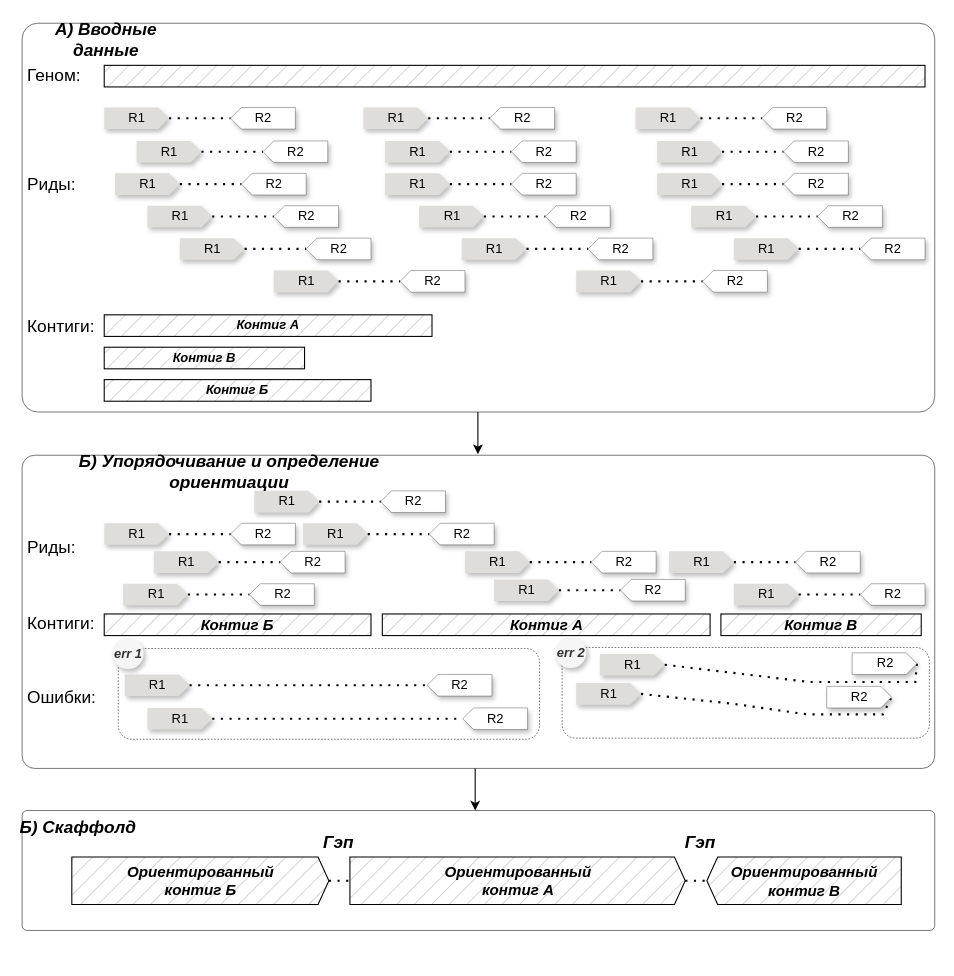
The draw.io diagram scaffolding.drawio in NikolaiL-dev/pictures.drawio, before the edit. Source tidied: cells renumbered, new cells numbered last; positions are measured from the earlier drawing's top-left corner, leaving out a move shared by most shapes. Both pictures are drawn from the tidied source at 108%, with x=0, y=0 at pixel (18, 23).
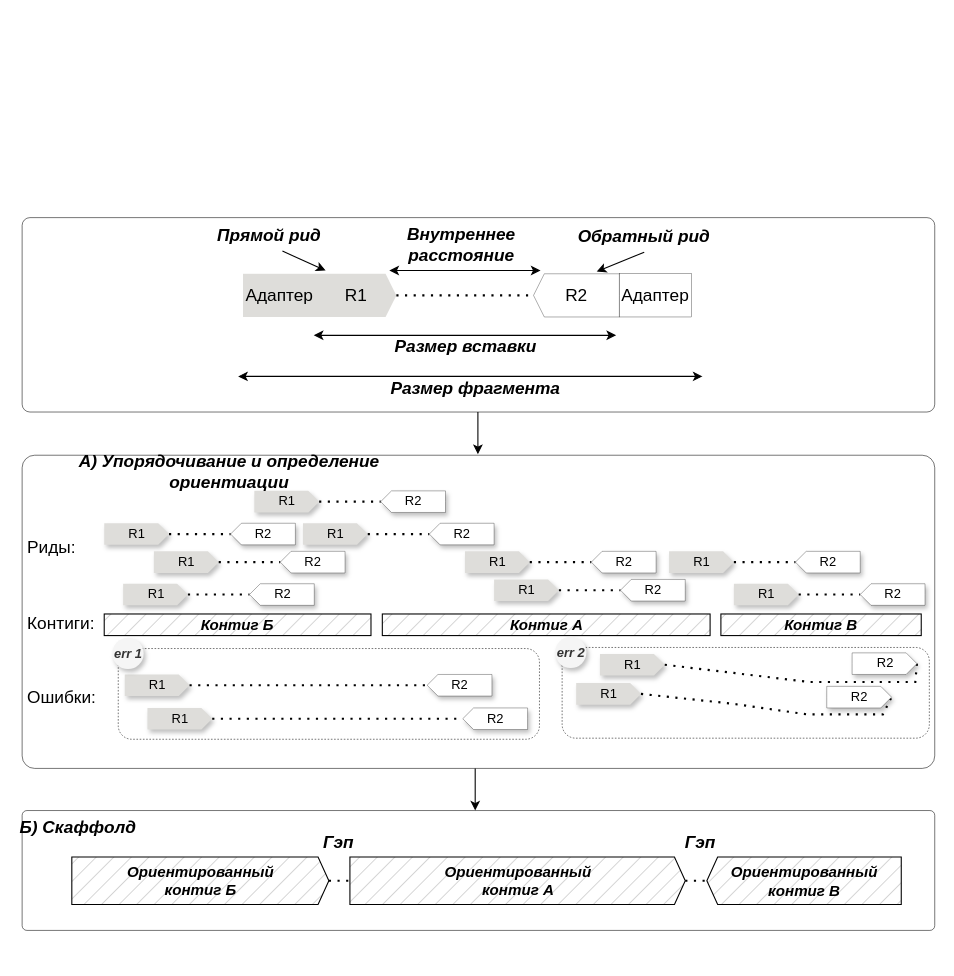
Above is the later version.

Change to the diagram source:
```diff
@@
+    <mxCell id="3" style="rounded=1;whiteSpace=wrap;html=1;fillColor=none;strokeWidth=0.5;arcSize=4;" parent="1" vertex="1">
+      <mxGeometry x="3" y="180" width="845" height="180" as="geometry" />
+    </mxCell>
+    <mxCell id="125" value="&lt;font style=&quot;font-size: 16px;&quot;&gt;Адаптер&lt;/font&gt;" style="rounded=0;whiteSpace=wrap;html=1;strokeWidth=0.3;shadow=0;fillStyle=hatch;fillColor=none;" parent="1" vertex="1">
+      <mxGeometry x="556" y="232" width="67" height="40" as="geometry" />
+    </mxCell>
@@
-    <mxCell id="3" style="rounded=1;whiteSpace=wrap;html=1;fillColor=none;strokeWidth=0.5;arcSize=4;" parent="1" vertex="1">
-      <mxGeometry x="3" width="845" height="360" as="geometry" />
-    </mxCell>
@@
-    <mxCell id="6" style="rounded=0;whiteSpace=wrap;html=1;strokeColor=default;gradientColor=none;gradientDirection=north;fillStyle=hatch;fillColor=#CCCCCC;" parent="1" vertex="1">
-      <mxGeometry x="79" y="39" width="760" height="20" as="geometry" />
-    </mxCell>
-    <mxCell id="7" value="R1" style="html=1;shadow=1;dashed=0;align=center;verticalAlign=middle;shape=mxgraph.arrows2.arrow;dy=0;dx=10;notch=0;fillColor=#deddda;strokeColor=none;" parent="1" vertex="1">
-      <mxGeometry x="79" y="78" width="60" height="20" as="geometry" />
-    </mxCell>
-    <mxCell id="8" style="endArrow=none;dashed=1;html=1;dashPattern=1 3;strokeWidth=2;rounded=0;exitX=1;exitY=0.5;exitDx=0;exitDy=0;exitPerimeter=0;entryX=1;entryY=0.5;entryDx=0;entryDy=0;entryPerimeter=0;" parent="1" edge="1" source="7" target="9">
-      <mxGeometry relative="1" as="geometry" />
-    </mxCell>
-    <mxCell id="9" value="R2" style="html=1;shadow=1;dashed=0;align=center;verticalAlign=middle;shape=mxgraph.arrows2.arrow;dy=0;dx=10;notch=0;rotation=0;direction=west;strokeColor=default;strokeWidth=0.3;" parent="1" vertex="1">
-      <mxGeometry x="196" y="78" width="60" height="20" as="geometry" />
-    </mxCell>
-    <mxCell id="10" value="R1" style="html=1;shadow=1;dashed=0;align=center;verticalAlign=middle;shape=mxgraph.arrows2.arrow;dy=0;dx=10;notch=0;fillColor=#deddda;strokeColor=none;" parent="1" vertex="1">
-      <mxGeometry x="109" y="109" width="60" height="20" as="geometry" />
-    </mxCell>
-    <mxCell id="11" style="endArrow=none;dashed=1;html=1;dashPattern=1 3;strokeWidth=2;rounded=0;exitX=1;exitY=0.5;exitDx=0;exitDy=0;exitPerimeter=0;entryX=1;entryY=0.5;entryDx=0;entryDy=0;entryPerimeter=0;" parent="1" edge="1" source="10" target="12">
-      <mxGeometry relative="1" as="geometry" />
-    </mxCell>
-    <mxCell id="12" value="R2" style="html=1;shadow=1;dashed=0;align=center;verticalAlign=middle;shape=mxgraph.arrows2.arrow;dy=0;dx=10;notch=0;rotation=0;direction=west;strokeColor=default;strokeWidth=0.3;" parent="1" vertex="1">
-      <mxGeometry x="226" y="109" width="60" height="20" as="geometry" />
-    </mxCell>
-    <mxCell id="13" value="R1" style="html=1;shadow=1;dashed=0;align=center;verticalAlign=middle;shape=mxgraph.arrows2.arrow;dy=0;dx=10;notch=0;fillColor=#deddda;strokeColor=none;" parent="1" vertex="1">
-      <mxGeometry x="89" y="139" width="60" height="20" as="geometry" />
-    </mxCell>
-    <mxCell id="14" style="endArrow=none;dashed=1;html=1;dashPattern=1 3;strokeWidth=2;rounded=0;exitX=1;exitY=0.5;exitDx=0;exitDy=0;exitPerimeter=0;entryX=1;entryY=0.5;entryDx=0;entryDy=0;entryPerimeter=0;" parent="1" edge="1" source="13" target="15">
-      <mxGeometry relative="1" as="geometry" />
-    </mxCell>
-    <mxCell id="15" value="R2" style="html=1;shadow=1;dashed=0;align=center;verticalAlign=middle;shape=mxgraph.arrows2.arrow;dy=0;dx=10;notch=0;rotation=0;direction=west;strokeColor=default;strokeWidth=0.3;" parent="1" vertex="1">
-      <mxGeometry x="206" y="139" width="60" height="20" as="geometry" />
-    </mxCell>
-    <mxCell id="16" value="R1" style="html=1;shadow=1;dashed=0;align=center;verticalAlign=middle;shape=mxgraph.arrows2.arrow;dy=0;dx=10;notch=0;fillColor=#deddda;strokeColor=none;" parent="1" vertex="1">
-      <mxGeometry x="119" y="169" width="60" height="20" as="geometry" />
-    </mxCell>
-    <mxCell id="17" style="endArrow=none;dashed=1;html=1;dashPattern=1 3;strokeWidth=2;rounded=0;exitX=1;exitY=0.5;exitDx=0;exitDy=0;exitPerimeter=0;entryX=1;entryY=0.5;entryDx=0;entryDy=0;entryPerimeter=0;" parent="1" edge="1" source="16" target="18">
-      <mxGeometry relative="1" as="geometry" />
-    </mxCell>
-    <mxCell id="18" value="R2" style="html=1;shadow=1;dashed=0;align=center;verticalAlign=middle;shape=mxgraph.arrows2.arrow;dy=0;dx=10;notch=0;rotation=0;direction=west;strokeColor=default;strokeWidth=0.3;" parent="1" vertex="1">
-      <mxGeometry x="236" y="169" width="60" height="20" as="geometry" />
-    </mxCell>
-    <mxCell id="19" value="R1" style="html=1;shadow=1;dashed=0;align=center;verticalAlign=middle;shape=mxgraph.arrows2.arrow;dy=0;dx=10;notch=0;fillColor=#deddda;strokeColor=none;" parent="1" vertex="1">
-      <mxGeometry x="149" y="199" width="60" height="20" as="geometry" />
-    </mxCell>
-    <mxCell id="20" style="endArrow=none;dashed=1;html=1;dashPattern=1 3;strokeWidth=2;rounded=0;exitX=1;exitY=0.5;exitDx=0;exitDy=0;exitPerimeter=0;entryX=1;entryY=0.5;entryDx=0;entryDy=0;entryPerimeter=0;" parent="1" edge="1" source="19" target="21">
-      <mxGeometry relative="1" as="geometry" />
-    </mxCell>
-    <mxCell id="21" value="R2" style="html=1;shadow=1;dashed=0;align=center;verticalAlign=middle;shape=mxgraph.arrows2.arrow;dy=0;dx=10;notch=0;rotation=0;direction=west;strokeColor=default;strokeWidth=0.3;" parent="1" vertex="1">
-      <mxGeometry x="266" y="199" width="60" height="20" as="geometry" />
-    </mxCell>
-    <mxCell id="22" value="R1" style="html=1;shadow=1;dashed=0;align=center;verticalAlign=middle;shape=mxgraph.arrows2.arrow;dy=0;dx=10;notch=0;fillColor=#deddda;strokeColor=none;" parent="1" vertex="1">
-      <mxGeometry x="236" y="229" width="60" height="20" as="geometry" />
+    <mxCell id="22" value="&lt;font style=&quot;font-size: 16px;&quot;&gt;R1&lt;/font&gt;" style="html=1;shadow=0;dashed=0;align=center;verticalAlign=middle;shape=mxgraph.arrows2.arrow;dy=0;dx=10;notch=0;fillColor=#deddda;strokeColor=none;" parent="1" vertex="1">
+      <mxGeometry x="274" y="232" width="75.5" height="40" as="geometry" />
     </mxCell>
@@
-    <mxCell id="24" value="R2" style="html=1;shadow=1;dashed=0;align=center;verticalAlign=middle;shape=mxgraph.arrows2.arrow;dy=0;dx=10;notch=0;rotation=0;direction=west;strokeColor=default;strokeWidth=0.3;" parent="1" vertex="1">
-      <mxGeometry x="353" y="229" width="60" height="20" as="geometry" />
+    <mxCell id="24" value="&lt;font style=&quot;font-size: 16px;&quot;&gt;R2&lt;/font&gt;" style="html=1;shadow=0;dashed=0;align=center;verticalAlign=middle;shape=mxgraph.arrows2.arrow;dy=0;dx=10;notch=0;rotation=0;direction=west;strokeColor=default;strokeWidth=0.3;" parent="1" vertex="1">
+      <mxGeometry x="476.5" y="232" width="79.5" height="40" as="geometry" />
     </mxCell>
-    <mxCell id="25" value="R1" style="html=1;shadow=1;dashed=0;align=center;verticalAlign=middle;shape=mxgraph.arrows2.arrow;dy=0;dx=10;notch=0;fillColor=#deddda;strokeColor=none;" parent="1" vertex="1">
-      <mxGeometry x="319" y="78" width="60" height="20" as="geometry" />
-    </mxCell>
-    <mxCell id="26" style="endArrow=none;dashed=1;html=1;dashPattern=1 3;strokeWidth=2;rounded=0;exitX=1;exitY=0.5;exitDx=0;exitDy=0;exitPerimeter=0;entryX=1;entryY=0.5;entryDx=0;entryDy=0;entryPerimeter=0;" parent="1" edge="1" source="25" target="27">
-      <mxGeometry relative="1" as="geometry" />
-    </mxCell>
-    <mxCell id="27" value="R2" style="html=1;shadow=1;dashed=0;align=center;verticalAlign=middle;shape=mxgraph.arrows2.arrow;dy=0;dx=10;notch=0;rotation=0;direction=west;strokeColor=default;strokeWidth=0.3;" parent="1" vertex="1">
-      <mxGeometry x="436" y="78" width="60" height="20" as="geometry" />
-    </mxCell>
-    <mxCell id="28" value="R1" style="html=1;shadow=1;dashed=0;align=center;verticalAlign=middle;shape=mxgraph.arrows2.arrow;dy=0;dx=10;notch=0;fillColor=#deddda;strokeColor=none;" parent="1" vertex="1">
-      <mxGeometry x="339" y="109" width="60" height="20" as="geometry" />
-    </mxCell>
-    <mxCell id="29" style="endArrow=none;dashed=1;html=1;dashPattern=1 3;strokeWidth=2;rounded=0;exitX=1;exitY=0.5;exitDx=0;exitDy=0;exitPerimeter=0;entryX=1;entryY=0.5;entryDx=0;entryDy=0;entryPerimeter=0;" parent="1" edge="1" source="28" target="30">
-      <mxGeometry relative="1" as="geometry" />
-    </mxCell>
-    <mxCell id="30" value="R2" style="html=1;shadow=1;dashed=0;align=center;verticalAlign=middle;shape=mxgraph.arrows2.arrow;dy=0;dx=10;notch=0;rotation=0;direction=west;strokeColor=default;strokeWidth=0.3;" parent="1" vertex="1">
-      <mxGeometry x="456" y="109" width="60" height="20" as="geometry" />
-    </mxCell>
-    <mxCell id="31" value="R1" style="html=1;shadow=1;dashed=0;align=center;verticalAlign=middle;shape=mxgraph.arrows2.arrow;dy=0;dx=10;notch=0;fillColor=#deddda;strokeColor=none;" parent="1" vertex="1">
-      <mxGeometry x="339" y="139" width="60" height="20" as="geometry" />
-    </mxCell>
-    <mxCell id="32" style="endArrow=none;dashed=1;html=1;dashPattern=1 3;strokeWidth=2;rounded=0;exitX=1;exitY=0.5;exitDx=0;exitDy=0;exitPerimeter=0;entryX=1;entryY=0.5;entryDx=0;entryDy=0;entryPerimeter=0;" parent="1" edge="1" source="31" target="33">
-      <mxGeometry relative="1" as="geometry" />
-    </mxCell>
-    <mxCell id="33" value="R2" style="html=1;shadow=1;dashed=0;align=center;verticalAlign=middle;shape=mxgraph.arrows2.arrow;dy=0;dx=10;notch=0;rotation=0;direction=west;strokeColor=default;strokeWidth=0.3;" parent="1" vertex="1">
-      <mxGeometry x="456" y="139" width="60" height="20" as="geometry" />
-    </mxCell>
-    <mxCell id="34" value="R1" style="html=1;shadow=1;dashed=0;align=center;verticalAlign=middle;shape=mxgraph.arrows2.arrow;dy=0;dx=10;notch=0;fillColor=#deddda;strokeColor=none;" parent="1" vertex="1">
-      <mxGeometry x="370.5" y="169" width="60" height="20" as="geometry" />
-    </mxCell>
-    <mxCell id="35" style="endArrow=none;dashed=1;html=1;dashPattern=1 3;strokeWidth=2;rounded=0;exitX=1;exitY=0.5;exitDx=0;exitDy=0;exitPerimeter=0;entryX=1;entryY=0.5;entryDx=0;entryDy=0;entryPerimeter=0;" parent="1" edge="1" source="34" target="36">
-      <mxGeometry relative="1" as="geometry" />
-    </mxCell>
-    <mxCell id="36" value="R2" style="html=1;shadow=1;dashed=0;align=center;verticalAlign=middle;shape=mxgraph.arrows2.arrow;dy=0;dx=10;notch=0;rotation=0;direction=west;strokeColor=default;strokeWidth=0.3;" parent="1" vertex="1">
-      <mxGeometry x="487.5" y="169" width="60" height="20" as="geometry" />
-    </mxCell>
-    <mxCell id="37" value="R1" style="html=1;shadow=1;dashed=0;align=center;verticalAlign=middle;shape=mxgraph.arrows2.arrow;dy=0;dx=10;notch=0;fillColor=#deddda;strokeColor=none;" parent="1" vertex="1">
-      <mxGeometry x="410" y="199" width="60" height="20" as="geometry" />
-    </mxCell>
-    <mxCell id="38" style="endArrow=none;dashed=1;html=1;dashPattern=1 3;strokeWidth=2;rounded=0;exitX=1;exitY=0.5;exitDx=0;exitDy=0;exitPerimeter=0;entryX=1;entryY=0.5;entryDx=0;entryDy=0;entryPerimeter=0;" parent="1" edge="1" source="37" target="39">
-      <mxGeometry relative="1" as="geometry" />
-    </mxCell>
-    <mxCell id="39" value="R2" style="html=1;shadow=1;dashed=0;align=center;verticalAlign=middle;shape=mxgraph.arrows2.arrow;dy=0;dx=10;notch=0;rotation=0;direction=west;strokeColor=default;strokeWidth=0.3;" parent="1" vertex="1">
-      <mxGeometry x="527" y="199" width="60" height="20" as="geometry" />
-    </mxCell>
-    <mxCell id="40" value="R1" style="html=1;shadow=1;dashed=0;align=center;verticalAlign=middle;shape=mxgraph.arrows2.arrow;dy=0;dx=10;notch=0;fillColor=#deddda;strokeColor=none;" parent="1" vertex="1">
-      <mxGeometry x="516" y="229" width="60" height="20" as="geometry" />
-    </mxCell>
-    <mxCell id="41" style="endArrow=none;dashed=1;html=1;dashPattern=1 3;strokeWidth=2;rounded=0;exitX=1;exitY=0.5;exitDx=0;exitDy=0;exitPerimeter=0;entryX=1;entryY=0.5;entryDx=0;entryDy=0;entryPerimeter=0;" parent="1" edge="1" source="40" target="42">
-      <mxGeometry relative="1" as="geometry" />
-    </mxCell>
-    <mxCell id="42" value="R2" style="html=1;shadow=1;dashed=0;align=center;verticalAlign=middle;shape=mxgraph.arrows2.arrow;dy=0;dx=10;notch=0;rotation=0;direction=west;strokeColor=default;strokeWidth=0.3;" parent="1" vertex="1">
-      <mxGeometry x="633" y="229" width="60" height="20" as="geometry" />
-    </mxCell>
-    <mxCell id="43" value="R1" style="html=1;shadow=1;dashed=0;align=center;verticalAlign=middle;shape=mxgraph.arrows2.arrow;dy=0;dx=10;notch=0;fillColor=#deddda;strokeColor=none;" parent="1" vertex="1">
-      <mxGeometry x="571" y="78" width="60" height="20" as="geometry" />
-    </mxCell>
-    <mxCell id="44" style="endArrow=none;dashed=1;html=1;dashPattern=1 3;strokeWidth=2;rounded=0;exitX=1;exitY=0.5;exitDx=0;exitDy=0;exitPerimeter=0;entryX=1;entryY=0.5;entryDx=0;entryDy=0;entryPerimeter=0;" parent="1" edge="1" source="43" target="45">
-      <mxGeometry relative="1" as="geometry" />
-    </mxCell>
-    <mxCell id="45" value="R2" style="html=1;shadow=1;dashed=0;align=center;verticalAlign=middle;shape=mxgraph.arrows2.arrow;dy=0;dx=10;notch=0;rotation=0;direction=west;strokeColor=default;strokeWidth=0.3;" parent="1" vertex="1">
-      <mxGeometry x="688" y="78" width="60" height="20" as="geometry" />
-    </mxCell>
-    <mxCell id="46" value="R1" style="html=1;shadow=1;dashed=0;align=center;verticalAlign=middle;shape=mxgraph.arrows2.arrow;dy=0;dx=10;notch=0;fillColor=#deddda;strokeColor=none;" parent="1" vertex="1">
-      <mxGeometry x="591" y="109" width="60" height="20" as="geometry" />
-    </mxCell>
-    <mxCell id="47" style="endArrow=none;dashed=1;html=1;dashPattern=1 3;strokeWidth=2;rounded=0;exitX=1;exitY=0.5;exitDx=0;exitDy=0;exitPerimeter=0;entryX=1;entryY=0.5;entryDx=0;entryDy=0;entryPerimeter=0;" parent="1" edge="1" source="46" target="48">
-      <mxGeometry relative="1" as="geometry" />
-    </mxCell>
-    <mxCell id="48" value="R2" style="html=1;shadow=1;dashed=0;align=center;verticalAlign=middle;shape=mxgraph.arrows2.arrow;dy=0;dx=10;notch=0;rotation=0;direction=west;strokeColor=default;strokeWidth=0.3;" parent="1" vertex="1">
-      <mxGeometry x="708" y="109" width="60" height="20" as="geometry" />
-    </mxCell>
-    <mxCell id="49" value="R1" style="html=1;shadow=1;dashed=0;align=center;verticalAlign=middle;shape=mxgraph.arrows2.arrow;dy=0;dx=10;notch=0;fillColor=#deddda;strokeColor=none;" parent="1" vertex="1">
-      <mxGeometry x="591" y="139" width="60" height="20" as="geometry" />
-    </mxCell>
-    <mxCell id="50" style="endArrow=none;dashed=1;html=1;dashPattern=1 3;strokeWidth=2;rounded=0;exitX=1;exitY=0.5;exitDx=0;exitDy=0;exitPerimeter=0;entryX=1;entryY=0.5;entryDx=0;entryDy=0;entryPerimeter=0;" parent="1" edge="1" source="49" target="51">
-      <mxGeometry relative="1" as="geometry" />
-    </mxCell>
-    <mxCell id="51" value="R2" style="html=1;shadow=1;dashed=0;align=center;verticalAlign=middle;shape=mxgraph.arrows2.arrow;dy=0;dx=10;notch=0;rotation=0;direction=west;strokeColor=default;strokeWidth=0.3;" parent="1" vertex="1">
-      <mxGeometry x="708" y="139" width="60" height="20" as="geometry" />
-    </mxCell>
-    <mxCell id="52" value="R1" style="html=1;shadow=1;dashed=0;align=center;verticalAlign=middle;shape=mxgraph.arrows2.arrow;dy=0;dx=10;notch=0;fillColor=#deddda;strokeColor=none;" parent="1" vertex="1">
-      <mxGeometry x="622.5" y="169" width="60" height="20" as="geometry" />
-    </mxCell>
-    <mxCell id="53" style="endArrow=none;dashed=1;html=1;dashPattern=1 3;strokeWidth=2;rounded=0;exitX=1;exitY=0.5;exitDx=0;exitDy=0;exitPerimeter=0;entryX=1;entryY=0.5;entryDx=0;entryDy=0;entryPerimeter=0;" parent="1" edge="1" source="52" target="54">
-      <mxGeometry relative="1" as="geometry" />
-    </mxCell>
-    <mxCell id="54" value="R2" style="html=1;shadow=1;dashed=0;align=center;verticalAlign=middle;shape=mxgraph.arrows2.arrow;dy=0;dx=10;notch=0;rotation=0;direction=west;strokeColor=default;strokeWidth=0.3;" parent="1" vertex="1">
-      <mxGeometry x="739.5" y="169" width="60" height="20" as="geometry" />
-    </mxCell>
-    <mxCell id="55" value="R1" style="html=1;shadow=1;dashed=0;align=center;verticalAlign=middle;shape=mxgraph.arrows2.arrow;dy=0;dx=10;notch=0;fillColor=#deddda;strokeColor=none;" parent="1" vertex="1">
-      <mxGeometry x="662" y="199" width="60" height="20" as="geometry" />
-    </mxCell>
-    <mxCell id="56" style="endArrow=none;dashed=1;html=1;dashPattern=1 3;strokeWidth=2;rounded=0;exitX=1;exitY=0.5;exitDx=0;exitDy=0;exitPerimeter=0;entryX=1;entryY=0.5;entryDx=0;entryDy=0;entryPerimeter=0;" parent="1" edge="1" source="55" target="57">
-      <mxGeometry relative="1" as="geometry" />
-    </mxCell>
-    <mxCell id="57" value="R2" style="html=1;shadow=1;dashed=0;align=center;verticalAlign=middle;shape=mxgraph.arrows2.arrow;dy=0;dx=10;notch=0;rotation=0;direction=west;strokeColor=default;strokeWidth=0.3;" parent="1" vertex="1">
-      <mxGeometry x="779" y="199" width="60" height="20" as="geometry" />
-    </mxCell>
-    <mxCell id="58" value="&lt;font style=&quot;font-size: 16px;&quot;&gt;Геном:&lt;/font&gt;" style="text;html=1;align=left;verticalAlign=middle;whiteSpace=wrap;rounded=0;" parent="1" vertex="1">
-      <mxGeometry x="6" y="33" width="60" height="30" as="geometry" />
-    </mxCell>
-    <mxCell id="59" value="&lt;font style=&quot;font-size: 16px;&quot;&gt;Риды:&lt;/font&gt;" style="text;html=1;align=left;verticalAlign=middle;whiteSpace=wrap;rounded=0;" parent="1" vertex="1">
-      <mxGeometry x="6" y="134" width="60" height="30" as="geometry" />
-    </mxCell>
@@
-    <mxCell id="103" value="&lt;i&gt;&lt;b&gt;Контиг &lt;/b&gt;&lt;/i&gt;&lt;i&gt;&lt;b&gt;Б&lt;/b&gt;&lt;/i&gt;" style="rounded=0;whiteSpace=wrap;html=1;strokeColor=default;gradientColor=none;gradientDirection=north;fillStyle=hatch;fillColor=#CCCCCC;" parent="1" vertex="1">
-      <mxGeometry x="79" y="330" width="247" height="20" as="geometry" />
-    </mxCell>
-    <mxCell id="104" value="&lt;i&gt;&lt;b&gt;Контиг&amp;nbsp;В&lt;/b&gt;&lt;/i&gt;" style="rounded=0;whiteSpace=wrap;html=1;strokeColor=default;gradientColor=none;gradientDirection=north;fillStyle=hatch;fillColor=#CCCCCC;" parent="1" vertex="1">
-      <mxGeometry x="79" y="300" width="185.5" height="20" as="geometry" />
-    </mxCell>
-    <mxCell id="105" value="&lt;i&gt;&lt;b&gt;Контиг A&lt;/b&gt;&lt;/i&gt;" style="rounded=0;whiteSpace=wrap;html=1;strokeColor=default;gradientColor=none;gradientDirection=north;fillStyle=hatch;fillColor=#CCCCCC;" parent="1" vertex="1">
-      <mxGeometry x="79" y="270" width="303.5" height="20" as="geometry" />
-    </mxCell>
-    <mxCell id="106" value="&lt;font style=&quot;font-size: 16px;&quot;&gt;Контиги:&lt;/font&gt;" style="text;html=1;align=left;verticalAlign=middle;whiteSpace=wrap;rounded=0;" parent="1" vertex="1">
-      <mxGeometry x="6" y="265" width="70" height="30" as="geometry" />
-    </mxCell>
@@
-    <mxCell id="116" value="&lt;font size=&quot;1&quot;&gt;&lt;i&gt;&lt;b style=&quot;font-size: 16px;&quot;&gt;А) Вводные данные&lt;br&gt;&lt;/b&gt;&lt;/i&gt;&lt;/font&gt;" style="text;html=1;align=center;verticalAlign=middle;whiteSpace=wrap;rounded=0;" parent="1" vertex="1">
-      <mxGeometry x="2" width="158" height="30" as="geometry" />
-    </mxCell>
-    <mxCell id="117" value="&lt;font size=&quot;1&quot;&gt;&lt;i&gt;&lt;b style=&quot;font-size: 16px;&quot;&gt;Б) Упорядочивание и определение ориентиации&lt;br&gt;&lt;/b&gt;&lt;/i&gt;&lt;/font&gt;" style="text;html=1;align=center;verticalAlign=middle;whiteSpace=wrap;rounded=0;" parent="1" vertex="1">
+    <mxCell id="117" value="&lt;font size=&quot;1&quot;&gt;&lt;i&gt;&lt;b style=&quot;font-size: 16px;&quot;&gt;A) Упорядочивание и определение ориентиации&lt;br&gt;&lt;/b&gt;&lt;/i&gt;&lt;/font&gt;" style="text;html=1;align=center;verticalAlign=middle;whiteSpace=wrap;rounded=0;" parent="1" vertex="1">
       <mxGeometry y="400" width="390" height="30" as="geometry" />
     </mxCell>
@@
+    <mxCell id="126" style="endArrow=classic;html=1;rounded=0;entryX=0;entryY=0;entryDx=0;entryDy=40;entryPerimeter=0;" parent="1" edge="1">
+      <mxGeometry relative="1" as="geometry">
+        <mxPoint x="244" y="211" as="sourcePoint" />
+        <mxPoint x="284" y="229" as="targetPoint" />
+      </mxGeometry>
+    </mxCell>
+    <mxCell id="127" style="endArrow=classic;html=1;rounded=0;entryX=0;entryY=0;entryDx=0;entryDy=40;entryPerimeter=0;" parent="1" edge="1">
+      <mxGeometry relative="1" as="geometry">
+        <mxPoint x="579" y="212" as="sourcePoint" />
+        <mxPoint x="535" y="230" as="targetPoint" />
+      </mxGeometry>
+    </mxCell>
+    <mxCell id="128" value="&lt;font style=&quot;font-size: 16px;&quot;&gt;&lt;b&gt;&lt;i&gt;Обратный рид&lt;/i&gt;&lt;/b&gt;&lt;/font&gt;" style="text;html=1;align=center;verticalAlign=middle;whiteSpace=wrap;rounded=0;" parent="1" vertex="1">
+      <mxGeometry x="508.5" y="182" width="140" height="30" as="geometry" />
+    </mxCell>
+    <mxCell id="129" value="&lt;font style=&quot;font-size: 16px;&quot;&gt;&lt;b&gt;&lt;i&gt;Прямой рид&lt;/i&gt;&lt;/b&gt;&lt;/font&gt;" style="text;html=1;align=center;verticalAlign=middle;whiteSpace=wrap;rounded=0;" parent="1" vertex="1">
+      <mxGeometry x="162" y="181" width="140" height="30" as="geometry" />
+    </mxCell>
+    <mxCell id="130" value="&lt;font size=&quot;1&quot;&gt;&lt;b&gt;&lt;i style=&quot;font-size: 16px;&quot;&gt;Внутреннее расстояние&lt;/i&gt;&lt;/b&gt;&lt;/font&gt;" style="text;html=1;align=center;verticalAlign=middle;whiteSpace=wrap;rounded=0;" parent="1" vertex="1">
+      <mxGeometry x="340" y="190" width="140" height="30" as="geometry" />
+    </mxCell>
+    <mxCell id="131" style="endArrow=classic;html=1;rounded=0;startArrow=classic;startFill=1;" parent="1" edge="1">
+      <mxGeometry relative="1" as="geometry">
+        <mxPoint x="483" y="229" as="sourcePoint" />
+        <mxPoint x="343" y="229" as="targetPoint" />
+      </mxGeometry>
+    </mxCell>
+    <mxCell id="132" style="endArrow=classic;html=1;rounded=0;startArrow=classic;startFill=1;" parent="1" edge="1">
+      <mxGeometry relative="1" as="geometry">
+        <mxPoint x="553" y="289" as="sourcePoint" />
+        <mxPoint x="273" y="289" as="targetPoint" />
+      </mxGeometry>
+    </mxCell>
+    <mxCell id="133" value="&lt;font style=&quot;font-size: 16px;&quot;&gt;&lt;b&gt;&lt;i&gt;Размер вставки&lt;/i&gt;&lt;/b&gt;&lt;/font&gt;" style="text;html=1;align=center;verticalAlign=middle;whiteSpace=wrap;rounded=0;" parent="1" vertex="1">
+      <mxGeometry x="343.5" y="284" width="140" height="30" as="geometry" />
+    </mxCell>
+    <mxCell id="134" value="&lt;font style=&quot;font-size: 16px;&quot;&gt;Адаптер&lt;/font&gt;" style="rounded=0;whiteSpace=wrap;html=1;strokeWidth=0.3;shadow=0;fillStyle=auto;fillColor=#deddda;strokeColor=none;" parent="1" vertex="1">
+      <mxGeometry x="207.5" y="232" width="67" height="40" as="geometry" />
+    </mxCell>
+    <mxCell id="135" style="endArrow=classic;html=1;rounded=0;startArrow=classic;startFill=1;" parent="1" edge="1">
+      <mxGeometry relative="1" as="geometry">
+        <mxPoint x="633" y="327" as="sourcePoint" />
+        <mxPoint x="203" y="327" as="targetPoint" />
+      </mxGeometry>
+    </mxCell>
+    <mxCell id="136" value="&lt;font style=&quot;font-size: 16px;&quot;&gt;&lt;b&gt;&lt;i&gt;Размер фрагмента&lt;br&gt;&lt;/i&gt;&lt;/b&gt;&lt;/font&gt;" style="text;html=1;align=center;verticalAlign=middle;whiteSpace=wrap;rounded=0;" parent="1" vertex="1">
+      <mxGeometry x="343" y="323" width="160" height="30" as="geometry" />
+    </mxCell>
+    <mxCell id="137" style="ellipse;whiteSpace=wrap;html=1;fillColor=none;strokeColor=none;" parent="1" vertex="1">
+      <mxGeometry x="3" y="162" width="30" height="30" as="geometry" />
+    </mxCell>
```
